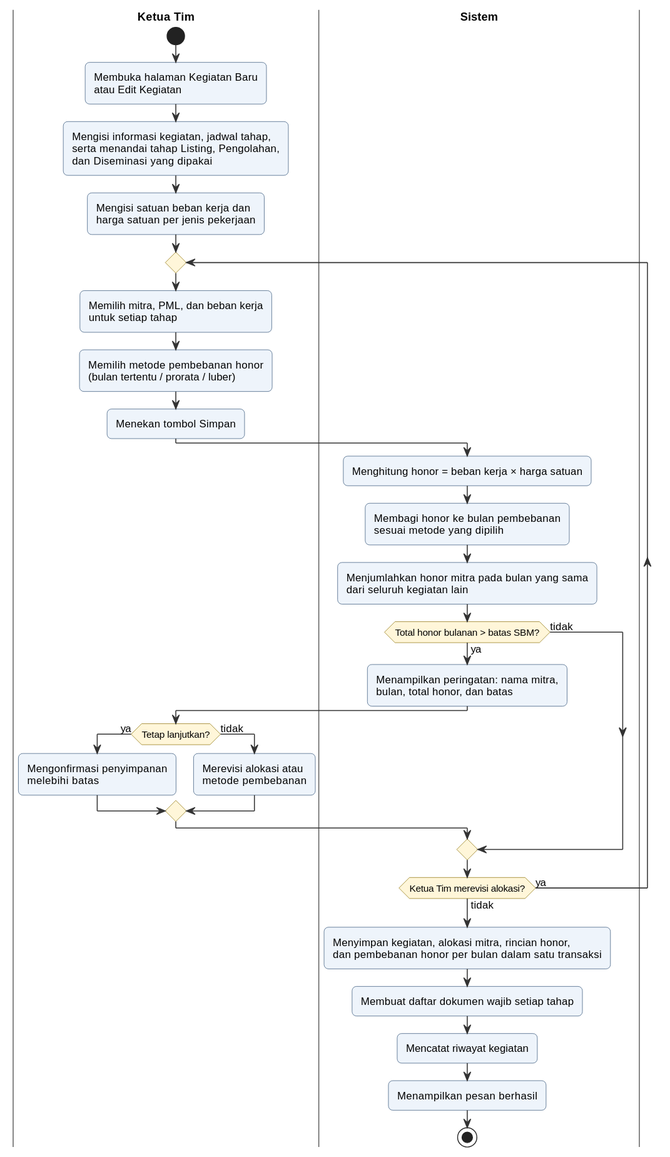
kharis5870/Kharisma keeps this PlantUML diagram as docs/diagram/out/activity-alokasi-sbm.svg. Above is the earlier version.
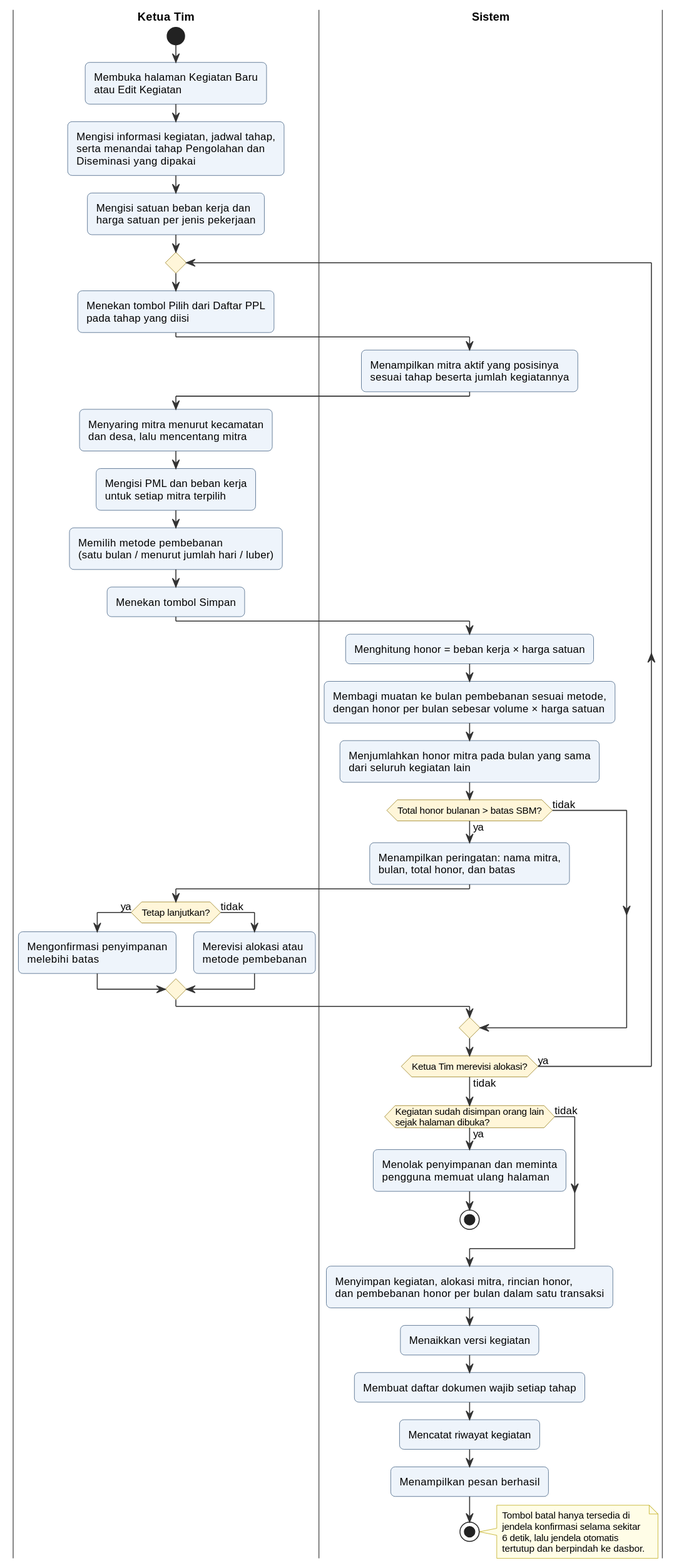
The same file after the commit.

The edit, as a diff of the source:
```diff
@@ -6,22 +6,30 @@
 :Membuka halaman Kegiatan Baru
 atau Edit Kegiatan;
 :Mengisi informasi kegiatan, jadwal tahap,
-serta menandai tahap Listing, Pengolahan,
-dan Diseminasi yang dipakai;
+serta menandai tahap Pengolahan dan
+Diseminasi yang dipakai;
 :Mengisi satuan beban kerja dan
 harga satuan per jenis pekerjaan;
 
 repeat
   |Ketua Tim|
-  :Memilih mitra, PML, dan beban kerja
-  untuk setiap tahap;
-  :Memilih metode pembebanan honor
-  (bulan tertentu / prorata / luber);
+  :Menekan tombol Pilih dari Daftar PPL
+  pada tahap yang diisi;
+  |Sistem|
+  :Menampilkan mitra aktif yang posisinya
+  sesuai tahap beserta jumlah kegiatannya;
+  |Ketua Tim|
+  :Menyaring mitra menurut kecamatan
+  dan desa, lalu mencentang mitra;
+  :Mengisi PML dan beban kerja
+  untuk setiap mitra terpilih;
+  :Memilih metode pembebanan
+  (satu bulan / menurut jumlah hari / luber);
   :Menekan tombol Simpan;
   |Sistem|
   :Menghitung honor = beban kerja × harga satuan;
-  :Membagi honor ke bulan pembebanan
-  sesuai metode yang dipilih;
+  :Membagi muatan ke bulan pembebanan sesuai metode,
+  dengan honor per bulan sebesar volume × harga satuan;
   :Menjumlahkan honor mitra pada bulan yang sama
   dari seluruh kegiatan lain;
   if (Total honor bulanan > batas SBM?) then (ya)
@@ -40,10 +48,25 @@
   |Sistem|
 repeat while (Ketua Tim merevisi alokasi?) is (ya) not (tidak)
 
+if (Kegiatan sudah disimpan orang lain\nsejak halaman dibuka?) then (ya)
+  :Menolak penyimpanan dan meminta
+  pengguna memuat ulang halaman;
+  stop
+else (tidak)
+endif
+
 :Menyimpan kegiatan, alokasi mitra, rincian honor,
 dan pembebanan honor per bulan dalam satu transaksi;
+:Menaikkan versi kegiatan;
 :Membuat daftar dokumen wajib setiap tahap;
 :Mencatat riwayat kegiatan;
 :Menampilkan pesan berhasil;
 stop
+
+note right
+  Tombol batal hanya tersedia di
+  jendela konfirmasi selama sekitar
+  6 detik, lalu jendela otomatis
+  tertutup dan berpindah ke dasbor.
+end note
 @enduml
```
